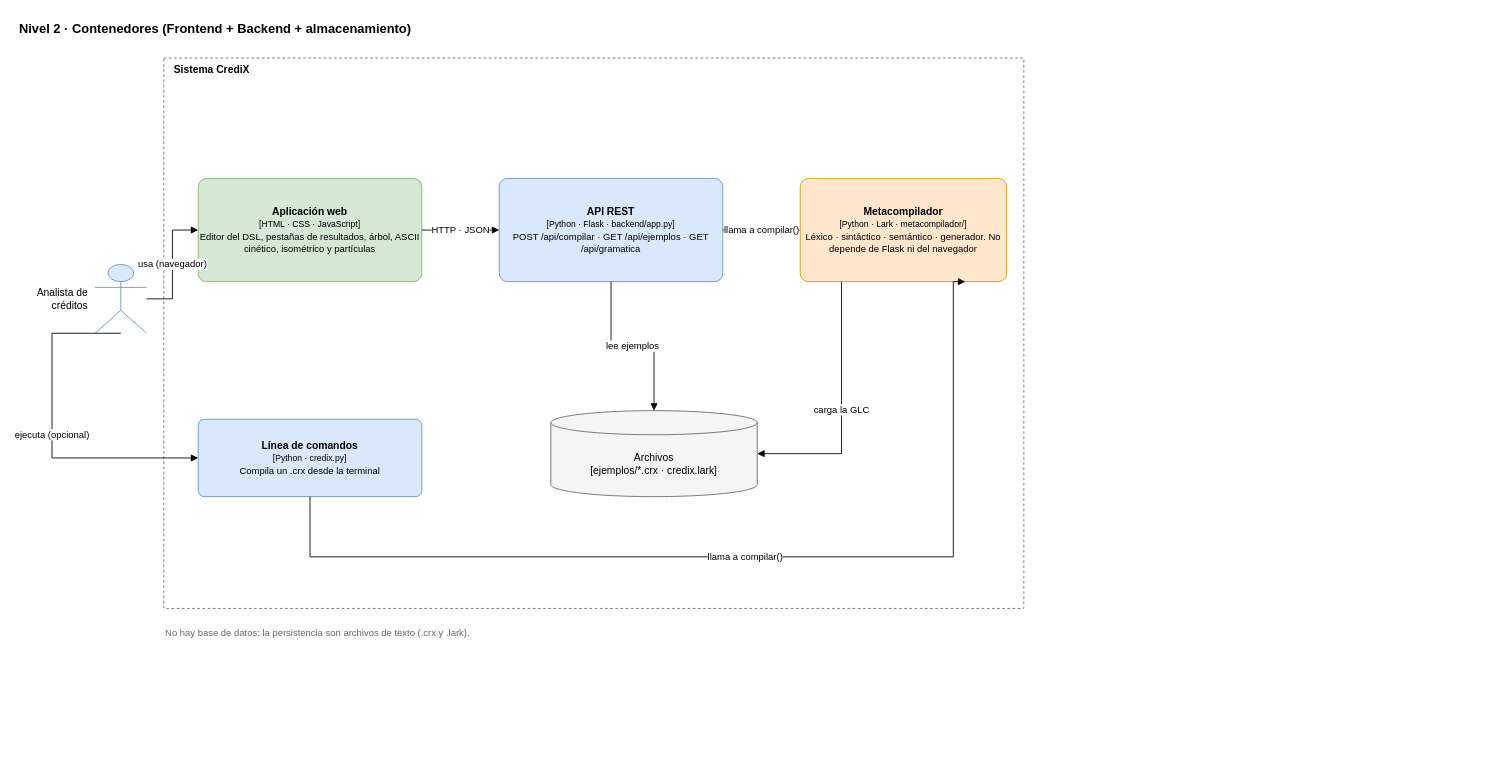
Before: docs/diagramas/arquitectura_n2_contenedores.drawio in straytg/S14_ACT_COMPILADORES, a draw.io diagram. Source tidied: cells renumbered, new cells numbered last; positions are measured from the earlier drawing's top-left corner, leaving out a move shared by most shapes. Both pictures are drawn from the tidied source at 86%, with x=0, y=0 at pixel (17, 15).
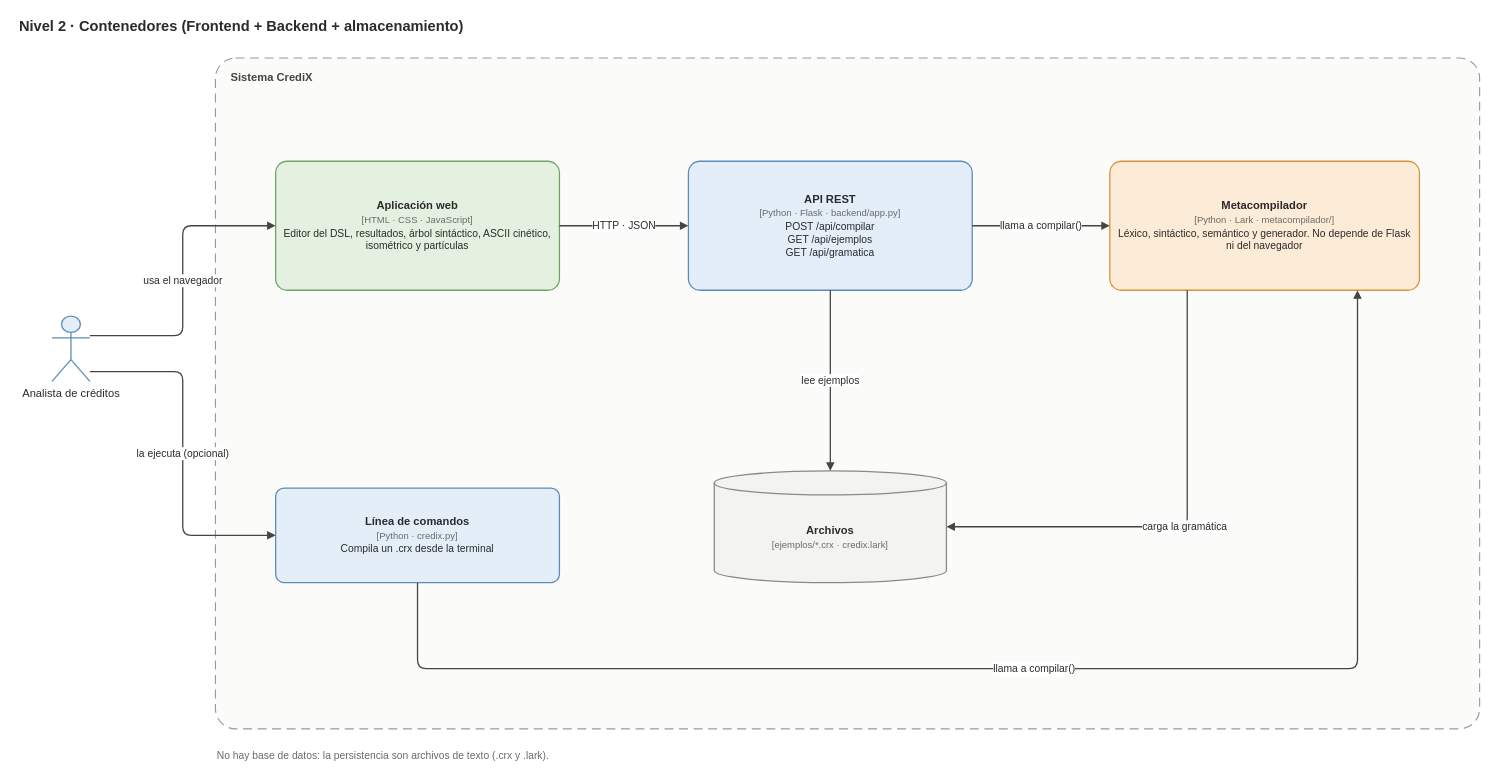
Above is the later version.

The edit, as a diff of the source:
```diff
@@
-    <mxCell id="2" value="Nivel 2 · Contenedores (Frontend + Backend + almacenamiento)" style="whiteSpace=wrap;html=1;fontFamily=Helvetica;fontSize=12;text;strokeColor=none;fillColor=none;align=left;verticalAlign=top;fontStyle=1;fontSize=15;" parent="1" vertex="1">
-      <mxGeometry width="800" height="26" as="geometry" />
+    <mxCell id="2" value="Nivel 2 · Contenedores (Frontend + Backend + almacenamiento)" style="text;html=1;strokeColor=none;fillColor=none;align=left;verticalAlign=middle;whiteSpace=wrap;fontFamily=Helvetica;fontColor=#2b2b2b;fontStyle=1;fontSize=17;" parent="1" vertex="1">
+      <mxGeometry width="1000" height="28" as="geometry" />
     </mxCell>
-    <mxCell id="3" value="Analista de créditos" style="whiteSpace=wrap;html=1;fontFamily=Helvetica;fontSize=12;shape=umlActor;labelPosition=left;verticalLabelPosition=middle;align=right;verticalAlign=middle;spacingRight=6;fillColor=#dae8fc;strokeColor=#6c8ebf;" parent="1" vertex="1">
-      <mxGeometry x="90" y="290" width="60" height="80" as="geometry" />
+    <mxCell id="3" value="Analista de créditos" style="shape=umlActor;verticalLabelPosition=bottom;verticalAlign=top;html=1;outlineConnect=0;strokeWidth=1.5;fontFamily=Helvetica;fontSize=13;fontColor=#2b2b2b;fillColor=#E3EEF9;strokeColor=#5B8DB8;" parent="1" vertex="1">
+      <mxGeometry x="40" y="350" width="44" height="76" as="geometry" />
     </mxCell>
-    <mxCell id="4" value="Sistema CrediX" style="whiteSpace=wrap;html=1;fontFamily=Helvetica;fontSize=12;rounded=0;dashed=1;fillColor=none;strokeColor=#666666;verticalAlign=top;align=left;spacingLeft=10;fontStyle=1;" parent="1" vertex="1">
-      <mxGeometry x="170" y="50" width="1000" height="640" as="geometry" />
+    <mxCell id="4" value="Sistema CrediX" style="rounded=1;arcSize=3;dashed=1;dashPattern=8 5;strokeWidth=1.3;fillColor=#FBFBFA;strokeColor=#9a9a95;verticalAlign=top;align=left;spacingLeft=16;spacingTop=8;fontStyle=1;fontSize=13;html=1;fontFamily=Helvetica;fontColor=#444444;" parent="1" vertex="1">
+      <mxGeometry x="230" y="50" width="1470" height="780" as="geometry" />
     </mxCell>
-    <mxCell id="5" value="&lt;b&gt;Aplicación web&lt;/b&gt;&lt;br&gt;&lt;font style='font-size:10px'&gt;[HTML · CSS · JavaScript]&lt;/font&gt;&lt;br&gt;&lt;font style='font-size:11px'&gt;Editor del DSL, pestañas de resultados, árbol, ASCII cinético, isométrico y partículas&lt;/font&gt;" style="whiteSpace=wrap;html=1;fontFamily=Helvetica;fontSize=12;fillColor=#d5e8d4;strokeColor=#82b366;rounded=1;arcSize=8;" parent="1" vertex="1">
-      <mxGeometry x="210" y="190" width="260" height="120" as="geometry" />
+    <mxCell id="5" value="&lt;b&gt;Aplicación web&lt;/b&gt;&lt;br&gt;&lt;font style='font-size:11px;color:#6b6b6b'&gt;[HTML · CSS · JavaScript]&lt;/font&gt;&lt;br&gt;&lt;font style='font-size:12px'&gt;Editor del DSL, resultados, árbol sintáctico, ASCII cinético, isométrico y partículas&lt;/font&gt;" style="rounded=1;arcSize=9;strokeWidth=1.5;html=1;whiteSpace=wrap;fontFamily=Helvetica;fontSize=13;fontColor=#2b2b2b;spacing=10;fillColor=#E4F1E1;strokeColor=#6FA36B;" parent="1" vertex="1">
+      <mxGeometry x="300" y="170" width="330" height="150" as="geometry" />
     </mxCell>
-    <mxCell id="6" value="&lt;b&gt;API REST&lt;/b&gt;&lt;br&gt;&lt;font style='font-size:10px'&gt;[Python · Flask · backend/app.py]&lt;/font&gt;&lt;br&gt;&lt;font style='font-size:11px'&gt;POST /api/compilar · GET /api/ejemplos · GET /api/gramatica&lt;/font&gt;" style="whiteSpace=wrap;html=1;fontFamily=Helvetica;fontSize=12;fillColor=#dae8fc;strokeColor=#6c8ebf;rounded=1;arcSize=8;" parent="1" vertex="1">
-      <mxGeometry x="560" y="190" width="260" height="120" as="geometry" />
+    <mxCell id="6" value="&lt;b&gt;API REST&lt;/b&gt;&lt;br&gt;&lt;font style='font-size:11px;color:#6b6b6b'&gt;[Python · Flask · backend/app.py]&lt;/font&gt;&lt;br&gt;&lt;font style='font-size:12px'&gt;POST /api/compilar&lt;br&gt;GET /api/ejemplos&lt;br&gt;GET /api/gramatica&lt;/font&gt;" style="rounded=1;arcSize=9;strokeWidth=1.5;html=1;whiteSpace=wrap;fontFamily=Helvetica;fontSize=13;fontColor=#2b2b2b;spacing=10;fillColor=#E3EEF9;strokeColor=#5B8DB8;" parent="1" vertex="1">
+      <mxGeometry x="780" y="170" width="330" height="150" as="geometry" />
     </mxCell>
-    <mxCell id="7" value="&lt;b&gt;Metacompilador&lt;/b&gt;&lt;br&gt;&lt;font style='font-size:10px'&gt;[Python · Lark · metacompilador/]&lt;/font&gt;&lt;br&gt;&lt;font style='font-size:11px'&gt;Léxico · sintáctico · semántico · generador. No depende de Flask ni del navegador&lt;/font&gt;" style="whiteSpace=wrap;html=1;fontFamily=Helvetica;fontSize=12;fillColor=#ffe6cc;strokeColor=#d79b00;rounded=1;arcSize=8;" parent="1" vertex="1">
-      <mxGeometry x="910" y="190" width="240" height="120" as="geometry" />
+    <mxCell id="7" value="&lt;b&gt;Metacompilador&lt;/b&gt;&lt;br&gt;&lt;font style='font-size:11px;color:#6b6b6b'&gt;[Python · Lark · metacompilador/]&lt;/font&gt;&lt;br&gt;&lt;font style='font-size:12px'&gt;Léxico, sintáctico, semántico y generador. No depende de Flask ni del navegador&lt;/font&gt;" style="rounded=1;arcSize=9;strokeWidth=1.5;html=1;whiteSpace=wrap;fontFamily=Helvetica;fontSize=13;fontColor=#2b2b2b;spacing=10;fillColor=#FCEBD6;strokeColor=#D9923B;" parent="1" vertex="1">
+      <mxGeometry x="1270" y="170" width="360" height="150" as="geometry" />
     </mxCell>
-    <mxCell id="8" value="&lt;b&gt;Línea de comandos&lt;/b&gt;&lt;br&gt;&lt;font style='font-size:10px'&gt;[Python · credix.py]&lt;/font&gt;&lt;br&gt;&lt;font style='font-size:11px'&gt;Compila un .crx desde la terminal&lt;/font&gt;" style="whiteSpace=wrap;html=1;fontFamily=Helvetica;fontSize=12;fillColor=#dae8fc;strokeColor=#6c8ebf;rounded=1;arcSize=8;" parent="1" vertex="1">
-      <mxGeometry x="210" y="470" width="260" height="90" as="geometry" />
+    <mxCell id="8" value="&lt;b&gt;Línea de comandos&lt;/b&gt;&lt;br&gt;&lt;font style='font-size:11px;color:#6b6b6b'&gt;[Python · credix.py]&lt;/font&gt;&lt;br&gt;&lt;font style='font-size:12px'&gt;Compila un .crx desde la terminal&lt;/font&gt;" style="rounded=1;arcSize=9;strokeWidth=1.5;html=1;whiteSpace=wrap;fontFamily=Helvetica;fontSize=13;fontColor=#2b2b2b;spacing=10;fillColor=#E3EEF9;strokeColor=#5B8DB8;" parent="1" vertex="1">
+      <mxGeometry x="300" y="550" width="330" height="110" as="geometry" />
     </mxCell>
-    <mxCell id="9" value="Archivos&lt;br&gt;[ejemplos/*.crx · credix.lark]" style="whiteSpace=wrap;html=1;fontFamily=Helvetica;fontSize=12;fillColor=#f5f5f5;strokeColor=#666666;shape=cylinder3;boundedLbl=1;backgroundOutline=1;size=14;" parent="1" vertex="1">
-      <mxGeometry x="620" y="460" width="240" height="100" as="geometry" />
+    <mxCell id="9" value="&lt;b&gt;Archivos&lt;/b&gt;&lt;br&gt;&lt;font style='font-size:11px;color:#6b6b6b'&gt;[ejemplos/*.crx · credix.lark]&lt;/font&gt;" style="shape=cylinder3;boundedLbl=1;backgroundOutline=1;size=14;strokeWidth=1.5;html=1;whiteSpace=wrap;fontFamily=Helvetica;fontSize=13;fontColor=#2b2b2b;spacing=8;fillColor=#F3F3F1;strokeColor=#8A8A85;" parent="1" vertex="1">
+      <mxGeometry x="810" y="530" width="270" height="130" as="geometry" />
     </mxCell>
-    <mxCell id="10" value="usa (navegador)" style="html=1;fontFamily=Helvetica;fontSize=11;endArrow=block;endFill=1;edgeStyle=orthogonalEdgeStyle;rounded=0;" parent="1" edge="1" source="3" target="5">
+    <mxCell id="10" value="usa el navegador" style="html=1;fontFamily=Helvetica;fontSize=12;fontColor=#2b2b2b;labelBackgroundColor=#ffffff;endArrow=block;endFill=1;strokeWidth=1.5;strokeColor=#454545;edgeStyle=orthogonalEdgeStyle;rounded=1;curved=0;exitX=1;exitY=0.3;entryX=0;entryY=0.5;" parent="1" edge="1" source="3" target="5">
       <mxGeometry relative="1" as="geometry" />
     </mxCell>
-    <mxCell id="11" value="HTTP · JSON" style="html=1;fontFamily=Helvetica;fontSize=11;endArrow=block;endFill=1;edgeStyle=orthogonalEdgeStyle;rounded=0;" parent="1" edge="1" source="5" target="6">
+    <mxCell id="11" value="HTTP · JSON" style="html=1;fontFamily=Helvetica;fontSize=12;fontColor=#2b2b2b;labelBackgroundColor=#ffffff;endArrow=block;endFill=1;strokeWidth=1.5;strokeColor=#454545;exitX=1;exitY=0.5;entryX=0;entryY=0.5;" parent="1" edge="1" source="5" target="6">
       <mxGeometry relative="1" as="geometry" />
     </mxCell>
-    <mxCell id="12" value="llama a compilar()" style="html=1;fontFamily=Helvetica;fontSize=11;endArrow=block;endFill=1;edgeStyle=orthogonalEdgeStyle;rounded=0;" parent="1" edge="1" source="6" target="7">
+    <mxCell id="12" value="llama a compilar()" style="html=1;fontFamily=Helvetica;fontSize=12;fontColor=#2b2b2b;labelBackgroundColor=#ffffff;endArrow=block;endFill=1;strokeWidth=1.5;strokeColor=#454545;exitX=1;exitY=0.5;entryX=0;entryY=0.5;" parent="1" edge="1" source="6" target="7">
       <mxGeometry relative="1" as="geometry" />
     </mxCell>
-    <mxCell id="13" value="llama a compilar()" style="html=1;fontFamily=Helvetica;fontSize=11;endArrow=block;endFill=1;edgeStyle=orthogonalEdgeStyle;rounded=0;exitX=0.5;exitY=1;entryX=0.8;entryY=1;" parent="1" edge="1" source="8" target="7">
+    <mxCell id="13" value="llama a compilar()" style="html=1;fontFamily=Helvetica;fontSize=12;fontColor=#2b2b2b;labelBackgroundColor=#ffffff;endArrow=block;endFill=1;strokeWidth=1.5;strokeColor=#454545;edgeStyle=orthogonalEdgeStyle;rounded=1;curved=0;exitX=0.5;exitY=1;entryX=0.8;entryY=1;" parent="1" edge="1" source="8" target="7">
       <mxGeometry relative="1" as="geometry">
         <Array as="points">
-          <mxPoint x="340" y="630" />
-          <mxPoint x="1088" y="630" />
+          <mxPoint x="465" y="760" />
+          <mxPoint x="1558" y="760" />
         </Array>
       </mxGeometry>
     </mxCell>
-    <mxCell id="14" value="lee ejemplos" style="html=1;fontFamily=Helvetica;fontSize=11;endArrow=block;endFill=1;edgeStyle=orthogonalEdgeStyle;rounded=0;exitX=0.5;exitY=1;entryX=0.5;entryY=0;" parent="1" edge="1" source="6" target="9">
+    <mxCell id="14" value="lee ejemplos" style="html=1;fontFamily=Helvetica;fontSize=12;fontColor=#2b2b2b;labelBackgroundColor=#ffffff;endArrow=block;endFill=1;strokeWidth=1.5;strokeColor=#454545;exitX=0.5;exitY=1;entryX=0.5;entryY=0;" parent="1" edge="1" source="6" target="9">
       <mxGeometry relative="1" as="geometry" />
     </mxCell>
-    <mxCell id="15" value="carga la GLC" style="html=1;fontFamily=Helvetica;fontSize=11;endArrow=block;endFill=1;edgeStyle=orthogonalEdgeStyle;rounded=0;exitX=0.2;exitY=1;entryX=1;entryY=0.5;" parent="1" edge="1" source="7" target="9">
+    <mxCell id="15" value="carga la gramática" style="html=1;fontFamily=Helvetica;fontSize=12;fontColor=#2b2b2b;labelBackgroundColor=#ffffff;endArrow=block;endFill=1;strokeWidth=1.5;strokeColor=#454545;edgeStyle=orthogonalEdgeStyle;rounded=1;curved=0;exitX=0.25;exitY=1;entryX=1;entryY=0.5;" parent="1" edge="1" source="7" target="9">
       <mxGeometry relative="1" as="geometry" />
     </mxCell>
-    <mxCell id="16" value="ejecuta (opcional)" style="html=1;fontFamily=Helvetica;fontSize=11;endArrow=block;endFill=1;edgeStyle=orthogonalEdgeStyle;rounded=0;exitX=0.5;exitY=1;entryX=0;entryY=0.5;" parent="1" edge="1" source="3" target="8">
-      <mxGeometry relative="1" as="geometry">
-        <Array as="points">
-          <mxPoint x="40" y="515" />
-        </Array>
-      </mxGeometry>
+    <mxCell id="16" value="la ejecuta (opcional)" style="html=1;fontFamily=Helvetica;fontSize=12;fontColor=#2b2b2b;labelBackgroundColor=#ffffff;endArrow=block;endFill=1;strokeWidth=1.5;strokeColor=#454545;edgeStyle=orthogonalEdgeStyle;rounded=1;curved=0;exitX=1;exitY=0.85;entryX=0;entryY=0.5;" parent="1" edge="1" source="3" target="8">
+      <mxGeometry relative="1" as="geometry" />
     </mxCell>
-    <mxCell id="17" value="No hay base de datos: la persistencia son archivos de texto (.crx y .lark)." style="whiteSpace=wrap;html=1;fontFamily=Helvetica;fontSize=12;text;strokeColor=none;fillColor=none;align=left;verticalAlign=top;fontSize=11;fontColor=#666666;" parent="1" vertex="1">
-      <mxGeometry x="170" y="705" width="800" height="22" as="geometry" />
+    <mxCell id="17" value="No hay base de datos: la persistencia son archivos de texto (.crx y .lark)." style="text;html=1;strokeColor=none;fillColor=none;align=left;verticalAlign=middle;whiteSpace=wrap;fontFamily=Helvetica;fontColor=#2b2b2b;fontSize=12;fontColor=#6b6b6b;" parent="1" vertex="1">
+      <mxGeometry x="230" y="850" width="1000" height="24" as="geometry" />
     </mxCell>
```
